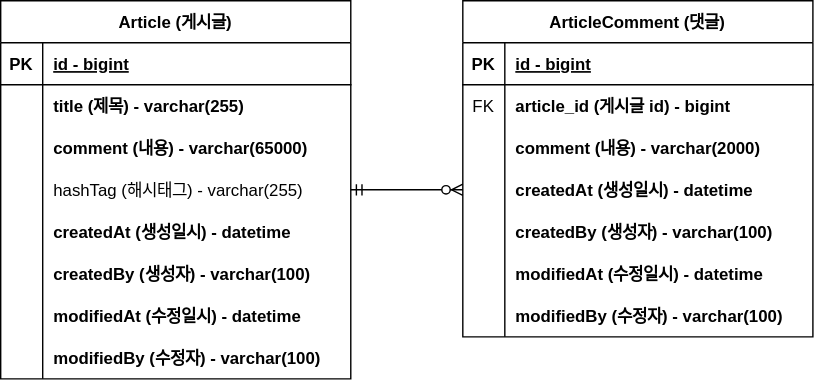
Before: document/project-board-erd.svg, a diagram exported from draw.io (csj0362/fastcampus-project-board). Source tidied: cells renumbered, new cells last; positions are measured from the earlier drawing's top-left corner, leaving out a move shared by most shapes.
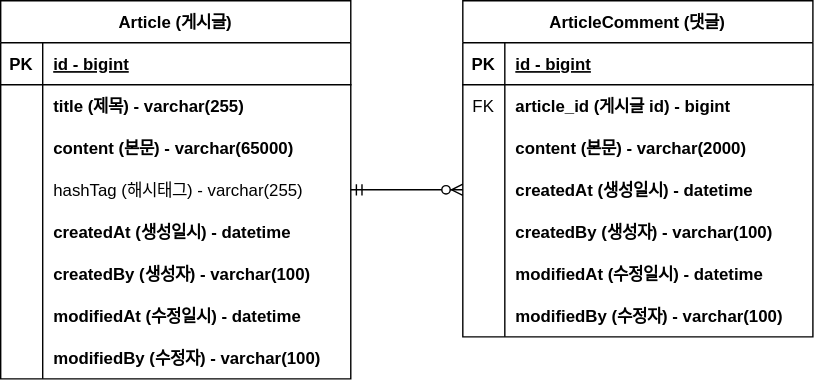
After the commit.

Commit message:
#8 - ERD 주석 업데이트 project-board-erd.svg

What changed in the source:
```diff
@@ -29,7 +29,7 @@
     <mxCell id="10" style="shape=partialRectangle;overflow=hidden;fillColor=none;top=0;left=0;bottom=0;right=0;" parent="9" vertex="1">
       <mxGeometry width="30" height="30" as="geometry" />
     </mxCell>
-    <mxCell id="11" value="comment (내용) - varchar(65000)" style="shape=partialRectangle;overflow=hidden;fillColor=none;top=0;left=0;bottom=0;right=0;align=left;spacingLeft=6;fontStyle=1;" parent="9" vertex="1">
+    <mxCell id="11" value="content (본문) - varchar(65000)" style="shape=partialRectangle;overflow=hidden;fillColor=none;top=0;left=0;bottom=0;right=0;align=left;spacingLeft=6;fontStyle=1;" parent="9" vertex="1">
       <mxGeometry x="30" width="220" height="30" as="geometry" />
     </mxCell>
     <mxCell id="12" style="shape=partialRectangle;fillColor=none;points=[[0,0.5],[1,0.5]];portConstraint=eastwest;top=0;left=0;right=0;bottom=0;" parent="2" vertex="1">
@@ -104,7 +104,7 @@
     <mxCell id="35" style="shape=partialRectangle;overflow=hidden;fillColor=none;top=0;left=0;bottom=0;right=0;" parent="34" vertex="1">
       <mxGeometry width="30" height="30" as="geometry" />
     </mxCell>
-    <mxCell id="36" value="comment (내용) - varchar(2000)" style="shape=partialRectangle;overflow=hidden;fillColor=none;top=0;left=0;bottom=0;right=0;align=left;spacingLeft=6;fontStyle=1;" parent="34" vertex="1">
+    <mxCell id="36" value="content (본문) - varchar(2000)" style="shape=partialRectangle;overflow=hidden;fillColor=none;top=0;left=0;bottom=0;right=0;align=left;spacingLeft=6;fontStyle=1;" parent="34" vertex="1">
       <mxGeometry x="30" width="220" height="30" as="geometry" />
     </mxCell>
     <mxCell id="37" style="shape=partialRectangle;fillColor=none;points=[[0,0.5],[1,0.5]];portConstraint=eastwest;top=0;left=0;right=0;bottom=0;" parent="27" vertex="1">
```
